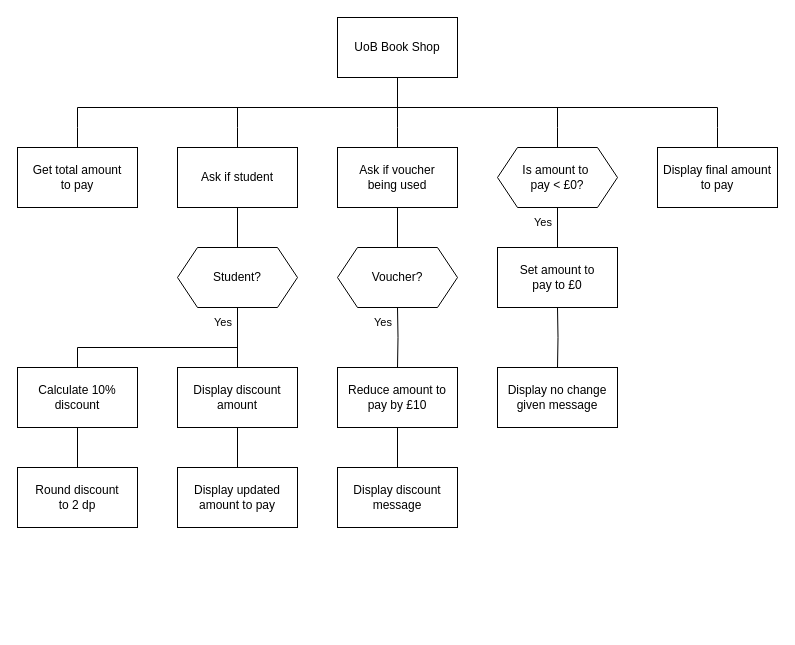
Above: page "sd1" (1 of 4) of n5-cs/sdd/N5-SDD-Book-Shop/assets/N5 SDD Book Shop.drawio in MrFriendCS/MrFriendCS.github.io (draw.io), before the change. Source tidied: cells renumbered, new cells numbered last; positions are measured from the earlier drawing's top-left corner, leaving out a move shared by most shapes. Both pictures are drawn from the tidied source at 100%, with x=0, y=0 at pixel (17, 17).
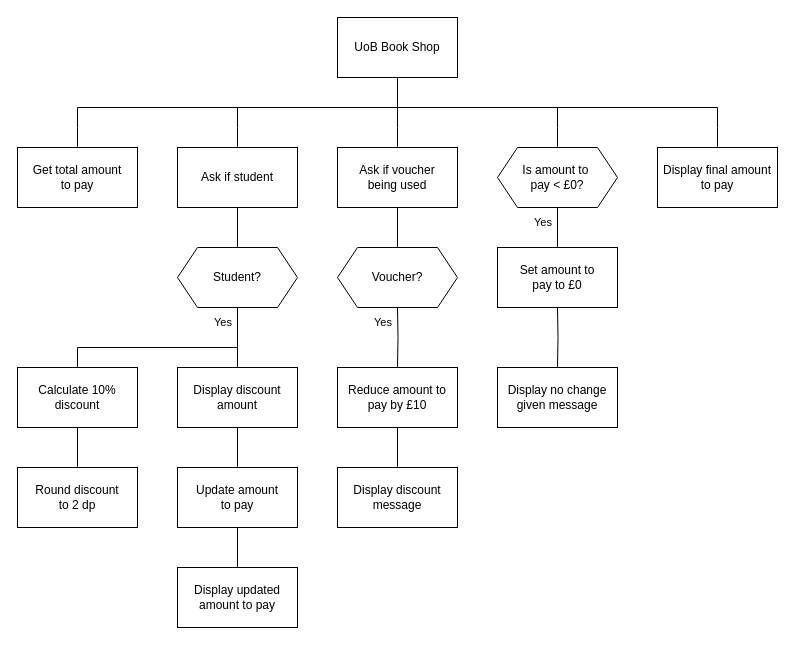
Above is the later version.

Change to the diagram source:
```diff
@@
-    <mxCell id="23" value="Display updated amount&amp;nbsp;&lt;span style=&quot;background-color: initial;&quot;&gt;to pay&lt;/span&gt;" style="rounded=0;whiteSpace=wrap;html=1;" parent="1" vertex="1">
+    <mxCell id="23" value="Update amount&lt;div&gt;&lt;span style=&quot;background-color: initial;&quot;&gt;to pay&lt;/span&gt;&lt;/div&gt;" style="rounded=0;whiteSpace=wrap;html=1;" parent="1" vertex="1">
       <mxGeometry x="160" y="450" width="120" height="60" as="geometry" />
     </mxCell>
@@
+    <mxCell id="39" style="edgeStyle=orthogonalEdgeStyle;rounded=0;jettySize=auto;html=1;exitX=0.5;exitY=0;exitDx=0;exitDy=0;entryX=0.5;entryY=1;entryDx=0;entryDy=0;endArrow=none;endFill=0;" parent="1" edge="1" source="40" target="23">
+      <mxGeometry relative="1" as="geometry" />
+    </mxCell>
+    <mxCell id="40" value="Display updated amount&amp;nbsp;&lt;span style=&quot;background-color: initial;&quot;&gt;to pay&lt;/span&gt;" style="rounded=0;whiteSpace=wrap;html=1;" parent="1" vertex="1">
+      <mxGeometry x="160" y="550" width="120" height="60" as="geometry" />
+    </mxCell>
```
